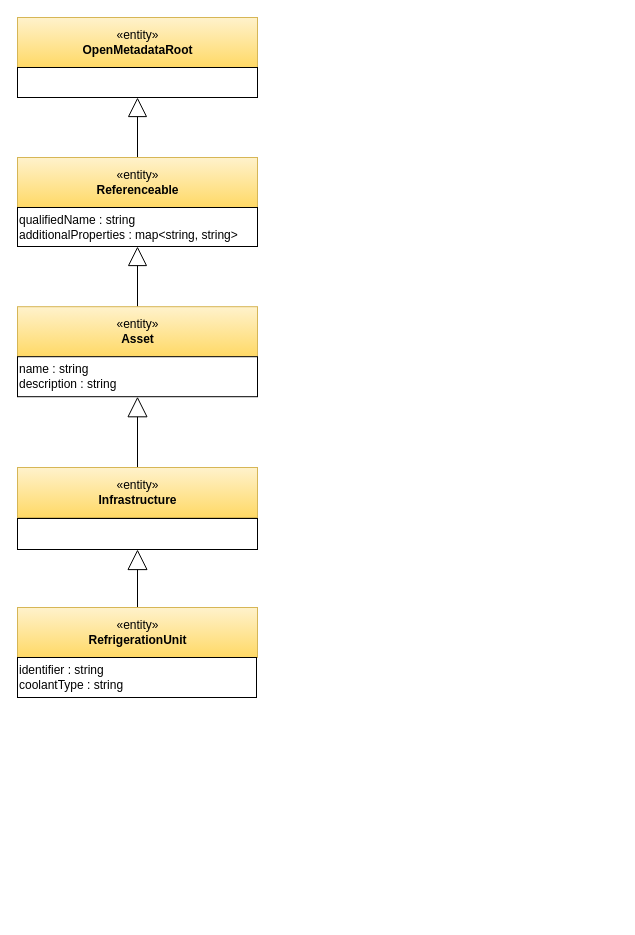
Before: page "refrigeration-types" (14 of 19) of site/docs/guides/planning/governance-program/sustainability-samples.drawio in odpi/egeria-docs, a draw.io diagram. Source tidied: cells renumbered, new cells numbered last; positions are measured from the earlier drawing's top-left corner, leaving out a move shared by most shapes. Both pictures are drawn from the tidied source at 100%, with x=0, y=0 at pixel (17, 17).
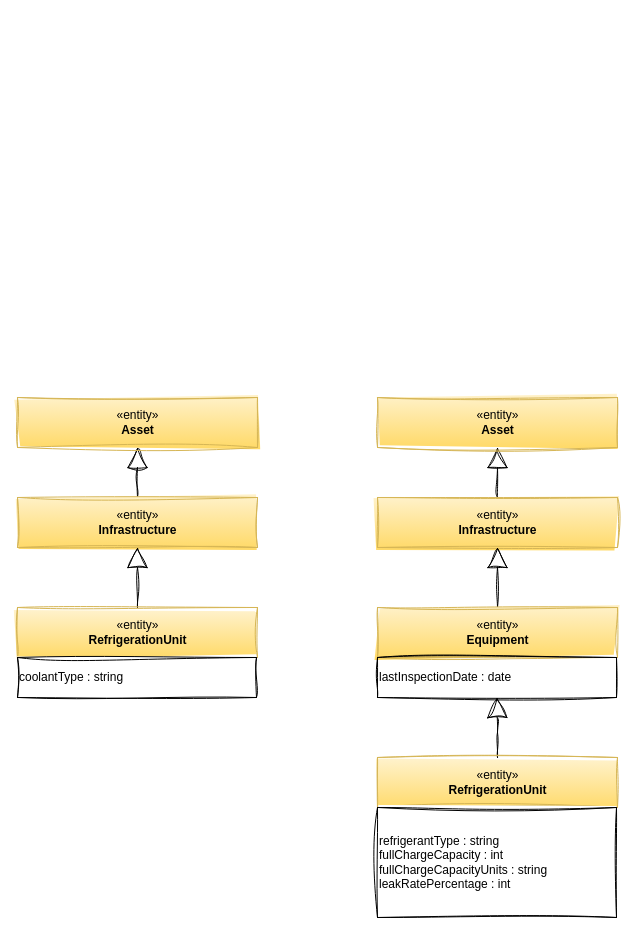
After the change.

What changed in the source:
```diff
@@
 <mxGraphModel>
   <root>
     <mxCell id="0" />
     <mxCell id="1" parent="0" />
-    <mxCell id="2" style="edgeStyle=orthogonalEdgeStyle;rounded=0;jettySize=auto;html=1;entryX=0.5;entryY=1;entryDx=0;entryDy=0;endArrow=block;endFill=0;endSize=18;strokeWidth=1;" parent="1" edge="1" source="3" target="13">
+    <mxCell id="2" style="edgeStyle=orthogonalEdgeStyle;rounded=0;jettySize=auto;html=1;endArrow=block;endFill=0;endSize=18;strokeWidth=1;sketch=1;curveFitting=1;jiggle=2;" parent="1" edge="1" source="3" target="12">
       <mxGeometry relative="1" as="geometry" />
     </mxCell>
-    <mxCell id="3" value="«entity»&lt;br&gt;&lt;b&gt;Infrastructure&lt;/b&gt;" style="html=1;strokeColor=#d6b656;align=center;fillColor=#fff2cc;gradientColor=#ffd966;" parent="1" vertex="1">
-      <mxGeometry y="450" width="240" height="50" as="geometry" />
+    <mxCell id="3" value="«entity»&lt;br&gt;&lt;b&gt;Infrastructure&lt;/b&gt;" style="html=1;strokeColor=#d6b656;align=center;fillColor=#fff2cc;gradientColor=#ffd966;sketch=1;curveFitting=1;jiggle=2;" parent="1" vertex="1">
+      <mxGeometry y="480" width="240" height="50" as="geometry" />
     </mxCell>
-    <mxCell id="4" style="edgeStyle=orthogonalEdgeStyle;rounded=0;jettySize=auto;html=1;endArrow=block;endFill=0;endSize=18;entryX=0.5;entryY=1;entryDx=0;entryDy=0;" parent="1" edge="1" source="5" target="9">
+    <mxCell id="4" style="edgeStyle=orthogonalEdgeStyle;rounded=0;jettySize=auto;html=1;endArrow=block;endFill=0;endSize=18;entryX=0.5;entryY=1;entryDx=0;entryDy=0;sketch=1;curveFitting=1;jiggle=2;" parent="1" edge="1" source="5" target="3">
       <mxGeometry relative="1" as="geometry" />
     </mxCell>
-    <mxCell id="5" value="«entity»&lt;br&gt;&lt;b&gt;RefrigerationUnit&lt;/b&gt;" style="html=1;strokeColor=#d6b656;align=center;fillColor=#fff2cc;gradientColor=#ffd966;" parent="1" vertex="1">
+    <mxCell id="5" value="«entity»&lt;br&gt;&lt;b&gt;RefrigerationUnit&lt;/b&gt;" style="html=1;strokeColor=#d6b656;align=center;fillColor=#fff2cc;gradientColor=#ffd966;sketch=1;curveFitting=1;jiggle=2;" parent="1" vertex="1">
       <mxGeometry y="590" width="240" height="50" as="geometry" />
     </mxCell>
-    <mxCell id="6" value="identifier : string&lt;br&gt;coolantType : string" style="rounded=0;whiteSpace=wrap;html=1;strokeColor=#000000;gradientColor=#ffffff;align=left;" parent="1" vertex="1">
+    <mxCell id="6" value="coolantType : string" style="rounded=0;whiteSpace=wrap;html=1;strokeColor=#000000;gradientColor=#ffffff;align=left;sketch=1;curveFitting=1;jiggle=2;" parent="1" vertex="1">
       <mxGeometry y="640" width="239" height="40" as="geometry" />
     </mxCell>
-    <mxCell id="7" style="edgeStyle=orthogonalEdgeStyle;rounded=0;jettySize=auto;html=1;exitX=0.5;exitY=0;exitDx=0;exitDy=0;entryX=0.5;entryY=1;entryDx=0;entryDy=0;endArrow=block;endFill=0;endSize=17;" parent="1" edge="1" source="8" target="15">
-      <mxGeometry relative="1" as="geometry" />
-    </mxCell>
-    <mxCell id="8" value="«entity»&lt;br&gt;&lt;b&gt;Referenceable&lt;/b&gt;" style="html=1;strokeColor=#d6b656;align=center;fillColor=#fff2cc;gradientColor=#ffd966;" parent="1" vertex="1">
-      <mxGeometry y="140" width="240" height="50" as="geometry" />
-    </mxCell>
-    <mxCell id="9" style="rounded=0;whiteSpace=wrap;html=1;strokeColor=#000000;gradientColor=#ffffff;align=center;" parent="1" vertex="1">
-      <mxGeometry y="501" width="240" height="31" as="geometry" />
-    </mxCell>
-    <mxCell id="10" value="qualifiedName : string&lt;br&gt;additionalProperties : map&amp;lt;string, string&amp;gt;&lt;br&gt;&lt;div style=&quot;text-align: left&quot;&gt;&lt;/div&gt;" style="rounded=0;whiteSpace=wrap;html=1;strokeColor=#000000;gradientColor=#ffffff;align=left;" parent="1" vertex="1">
-      <mxGeometry y="190" width="240" height="39" as="geometry" />
-    </mxCell>
-    <mxCell id="11" style="edgeStyle=orthogonalEdgeStyle;rounded=0;jettySize=auto;html=1;endArrow=block;endFill=0;endSize=17;" parent="1" edge="1" source="12" target="10">
-      <mxGeometry relative="1" as="geometry" />
-    </mxCell>
-    <mxCell id="12" value="«entity»&lt;br&gt;&lt;b&gt;Asset&lt;/b&gt;" style="html=1;strokeColor=#d6b656;align=center;fillColor=#fff2cc;gradientColor=#ffd966;" parent="1" vertex="1">
-      <mxGeometry y="289.2" width="240" height="50" as="geometry" />
+    <mxCell id="12" value="«entity»&lt;br&gt;&lt;b&gt;Asset&lt;/b&gt;" style="html=1;strokeColor=#d6b656;align=center;fillColor=#fff2cc;gradientColor=#ffd966;sketch=1;curveFitting=1;jiggle=2;" parent="1" vertex="1">
+      <mxGeometry y="380" width="240" height="50" as="geometry" />
     </mxCell>
-    <mxCell id="13" value="name : string&lt;br&gt;description : string&lt;br&gt;&lt;div style=&quot;text-align: left&quot;&gt;&lt;/div&gt;" style="rounded=0;whiteSpace=wrap;html=1;strokeColor=#000000;gradientColor=#ffffff;align=left;" parent="1" vertex="1">
-      <mxGeometry y="339.2" width="240" height="40" as="geometry" />
-    </mxCell>
-    <mxCell id="14" value="«entity»&lt;br&gt;&lt;b&gt;OpenMetadataRoot&lt;/b&gt;" style="html=1;strokeColor=#d6b656;align=center;fillColor=#fff2cc;gradientColor=#ffd966;" parent="1" vertex="1">
-      <mxGeometry width="240" height="50" as="geometry" />
-    </mxCell>
-    <mxCell id="15" value="&lt;br&gt;&lt;div style=&quot;text-align: left&quot;&gt;&lt;/div&gt;" style="rounded=0;whiteSpace=wrap;html=1;strokeColor=#000000;gradientColor=#ffffff;align=left;" parent="1" vertex="1">
-      <mxGeometry y="50" width="240" height="30" as="geometry" />
-    </mxCell>
+    <mxCell id="16" style="edgeStyle=orthogonalEdgeStyle;rounded=0;jettySize=auto;html=1;endArrow=block;endFill=0;endSize=18;strokeWidth=1;sketch=1;curveFitting=1;jiggle=2;" parent="1" edge="1" source="17" target="21">
+      <mxGeometry relative="1" as="geometry" />
+    </mxCell>
+    <mxCell id="17" value="«entity»&lt;br&gt;&lt;b&gt;Infrastructure&lt;/b&gt;" style="html=1;strokeColor=#d6b656;align=center;fillColor=#fff2cc;gradientColor=#ffd966;sketch=1;curveFitting=1;jiggle=2;" parent="1" vertex="1">
+      <mxGeometry x="360" y="480" width="240" height="50" as="geometry" />
+    </mxCell>
+    <mxCell id="18" style="edgeStyle=orthogonalEdgeStyle;rounded=0;jettySize=auto;html=1;endArrow=block;endFill=0;endSize=18;entryX=0.5;entryY=1;entryDx=0;entryDy=0;sketch=1;curveFitting=1;jiggle=2;" parent="1" edge="1" source="19" target="17">
+      <mxGeometry relative="1" as="geometry" />
+    </mxCell>
+    <mxCell id="19" value="«entity»&lt;br&gt;&lt;b&gt;Equipment&lt;/b&gt;" style="html=1;strokeColor=#d6b656;align=center;fillColor=#fff2cc;gradientColor=#ffd966;sketch=1;curveFitting=1;jiggle=2;" parent="1" vertex="1">
+      <mxGeometry x="360" y="590" width="240" height="50" as="geometry" />
+    </mxCell>
+    <mxCell id="20" value="lastInspectionDate : date" style="rounded=0;whiteSpace=wrap;html=1;strokeColor=#000000;gradientColor=#ffffff;align=left;sketch=1;curveFitting=1;jiggle=2;" parent="1" vertex="1">
+      <mxGeometry x="360" y="640" width="239" height="40" as="geometry" />
+    </mxCell>
+    <mxCell id="21" value="«entity»&lt;br&gt;&lt;b&gt;Asset&lt;/b&gt;" style="html=1;strokeColor=#d6b656;align=center;fillColor=#fff2cc;gradientColor=#ffd966;sketch=1;curveFitting=1;jiggle=2;" parent="1" vertex="1">
+      <mxGeometry x="360" y="380" width="240" height="50" as="geometry" />
+    </mxCell>
+    <mxCell id="22" style="edgeStyle=orthogonalEdgeStyle;rounded=0;jettySize=auto;html=1;endArrow=block;endFill=0;endSize=18;sketch=1;curveFitting=1;jiggle=2;" parent="1" edge="1" source="23" target="20">
+      <mxGeometry relative="1" as="geometry" />
+    </mxCell>
+    <mxCell id="23" value="«entity»&lt;br&gt;&lt;b&gt;RefrigerationUnit&lt;/b&gt;" style="html=1;strokeColor=#d6b656;align=center;fillColor=#fff2cc;gradientColor=#ffd966;sketch=1;curveFitting=1;jiggle=2;" parent="1" vertex="1">
+      <mxGeometry x="360" y="740" width="240" height="50" as="geometry" />
+    </mxCell>
+    <mxCell id="24" value="refrigerantType : string&lt;div&gt;fullChargeCapacity : int&lt;/div&gt;&lt;div&gt;fullChargeCapacityUnits : string&lt;br&gt;&lt;div&gt;leakRatePercentage : int&lt;/div&gt;&lt;/div&gt;" style="rounded=0;whiteSpace=wrap;html=1;strokeColor=#000000;gradientColor=#ffffff;align=left;sketch=1;curveFitting=1;jiggle=2;" parent="1" vertex="1">
+      <mxGeometry x="360" y="790" width="239" height="110" as="geometry" />
+    </mxCell>
   </root>
 </mxGraphModel>
```
